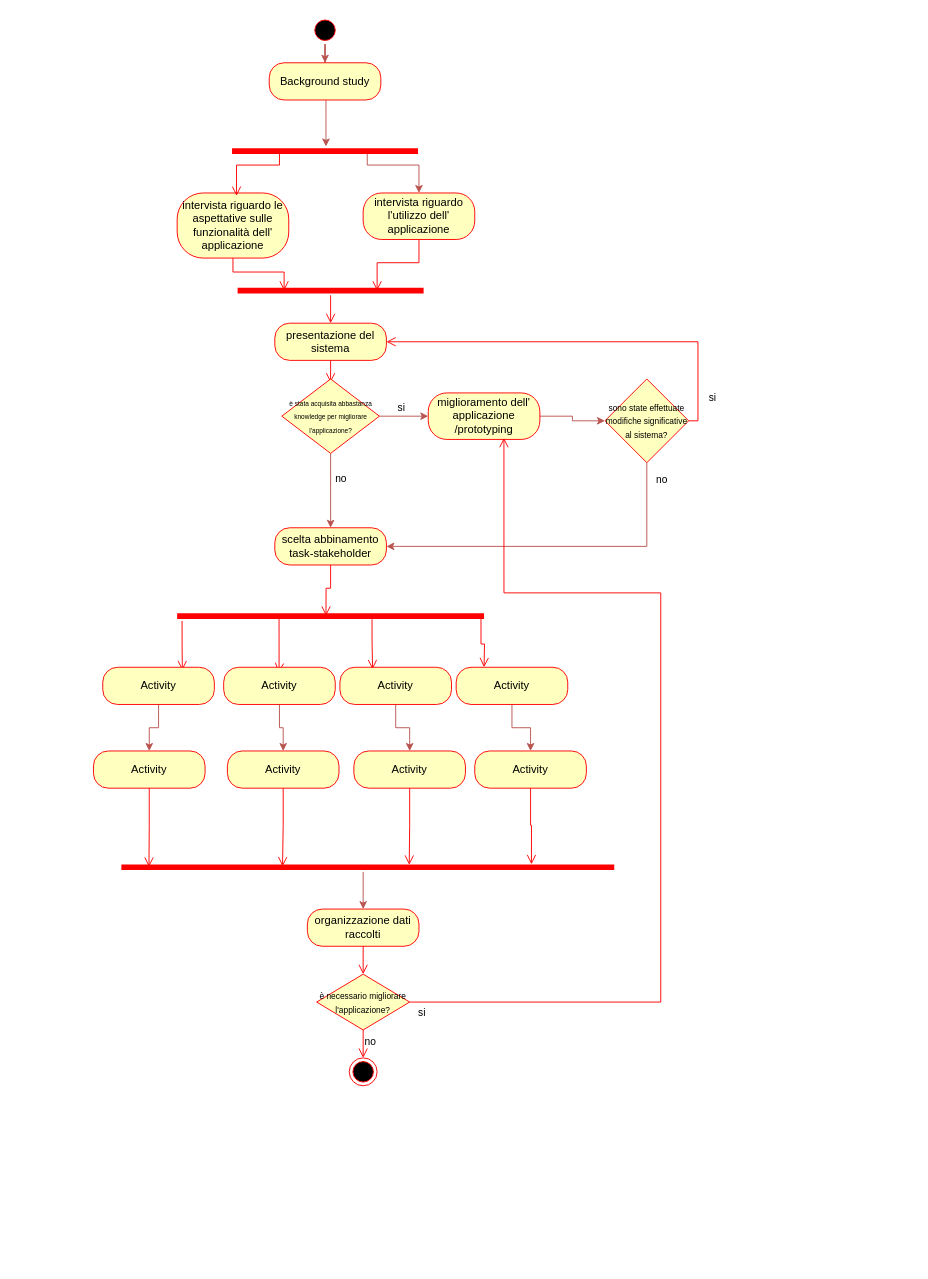
Earlier version of the draw.io diagram grafi/Diagramma senza titolo.drawio (Barbera9/mixed). Source tidied: cells renumbered, new cells numbered last; positions are measured from the earlier drawing's top-left corner, leaving out a move shared by most shapes. Both pictures are drawn from the tidied source at 93%, with x=0, y=0 at pixel (93, 16).
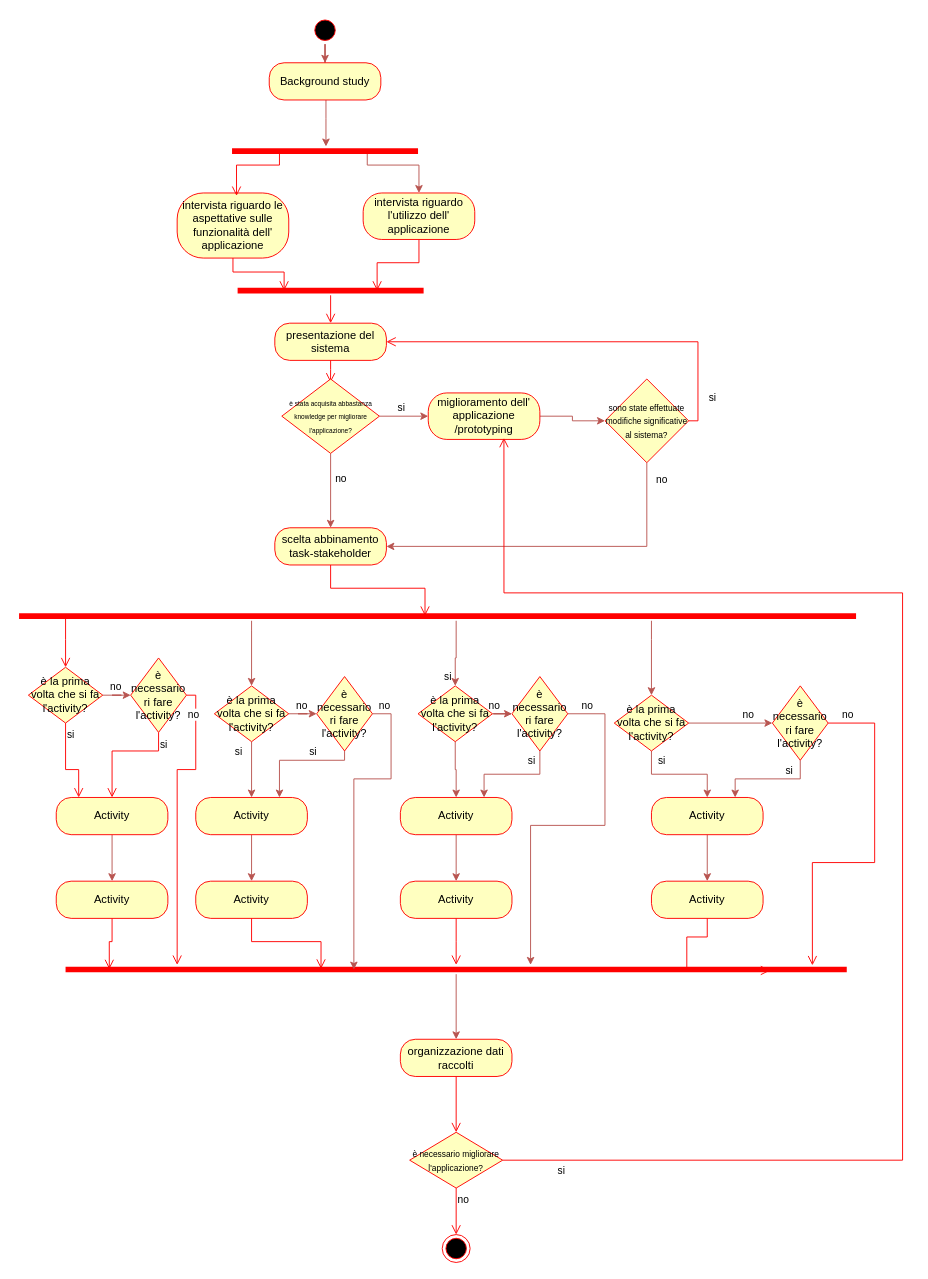
The same diagram, later.

Unchanged cells that the change refers to:
```xml
<mxCell id="23" value="miglioramento dell' applicazione /prototyping" style="rounded=1;whiteSpace=wrap;html=1;arcSize=40;fontColor=#000000;fillColor=#ffffc0;strokeColor=#ff0000;" parent="1" vertex="1">
  <mxGeometry x="360" y="405" width="120" height="50" as="geometry" />
</mxCell>
```

What changed in the source:
```diff
@@
+    <mxCell id="60" style="edgeStyle=orthogonalEdgeStyle;rounded=0;jettySize=auto;html=1;entryX=0.5;entryY=0;entryDx=0;entryDy=0;fillColor=#f8cecc;strokeColor=#b85450;" parent="1" edge="1" source="26" target="74">
+      <mxGeometry relative="1" as="geometry">
+        <Array as="points">
+          <mxPoint x="170" y="660" />
+          <mxPoint x="170" y="660" />
+        </Array>
+      </mxGeometry>
+    </mxCell>
+    <mxCell id="61" style="edgeStyle=orthogonalEdgeStyle;rounded=0;jettySize=auto;html=1;fillColor=#f8cecc;strokeColor=#b85450;entryX=0.5;entryY=0;entryDx=0;entryDy=0;" parent="1" edge="1" source="26" target="84">
+      <mxGeometry relative="1" as="geometry">
+        <Array as="points">
+          <mxPoint x="390" y="690" />
+          <mxPoint x="389" y="690" />
+        </Array>
+      </mxGeometry>
+    </mxCell>
+    <mxCell id="62" style="edgeStyle=orthogonalEdgeStyle;rounded=0;jettySize=auto;html=1;entryX=0.5;entryY=0;entryDx=0;entryDy=0;fillColor=#f8cecc;strokeColor=#b85450;" parent="1" edge="1" source="26" target="94">
+      <mxGeometry relative="1" as="geometry">
+        <Array as="points">
+          <mxPoint x="600" y="670" />
+          <mxPoint x="600" y="670" />
+        </Array>
+      </mxGeometry>
+    </mxCell>
     <mxCell id="26" style="shape=line;html=1;strokeWidth=6;strokeColor=#ff0000;" parent="1" vertex="1">
-      <mxGeometry x="90" y="640" width="330" height="10" as="geometry" />
+      <mxGeometry x="-80" y="640" width="900" height="10" as="geometry" />
     </mxCell>
-    <mxCell id="27" style="edgeStyle=orthogonalEdgeStyle;html=1;verticalAlign=bottom;endArrow=open;endSize=8;strokeColor=#ff0000;rounded=0;exitX=0.016;exitY=1.019;exitDx=0;exitDy=0;exitPerimeter=0;entryX=0.713;entryY=0.082;entryDx=0;entryDy=0;entryPerimeter=0;" parent="1" edge="1" source="26" target="31">
-      <mxGeometry relative="1" as="geometry" />
+    <mxCell id="27" style="edgeStyle=orthogonalEdgeStyle;html=1;verticalAlign=bottom;endArrow=open;endSize=8;strokeColor=#ff0000;rounded=0;entryX=0.5;entryY=0;entryDx=0;entryDy=0;exitX=0.079;exitY=0.4;exitDx=0;exitDy=0;exitPerimeter=0;" parent="1" edge="1" source="26" target="65">
+      <mxGeometry relative="1" as="geometry">
+        <Array as="points">
+          <mxPoint x="-30" y="670" />
+          <mxPoint x="-30" y="670" />
+        </Array>
+      </mxGeometry>
     </mxCell>
-    <mxCell id="28" style="edgeStyle=orthogonalEdgeStyle;html=1;verticalAlign=bottom;endArrow=open;endSize=8;strokeColor=#ff0000;rounded=0;exitX=0.332;exitY=0.448;exitDx=0;exitDy=0;exitPerimeter=0;entryX=0.492;entryY=0.139;entryDx=0;entryDy=0;entryPerimeter=0;" parent="1" edge="1" source="26" target="33">
-      <mxGeometry relative="1" as="geometry">
-        <Array as="points">
-          <mxPoint x="200" y="700" />
-          <mxPoint x="199" y="700" />
-        </Array>
-      </mxGeometry>
-    </mxCell>
-    <mxCell id="29" style="edgeStyle=orthogonalEdgeStyle;html=1;verticalAlign=bottom;endArrow=open;endSize=8;strokeColor=#ff0000;rounded=0;exitX=0.635;exitY=0.829;exitDx=0;exitDy=0;exitPerimeter=0;entryX=0.293;entryY=0.054;entryDx=0;entryDy=0;entryPerimeter=0;" parent="1" edge="1" source="26" target="35">
-      <mxGeometry relative="1" as="geometry">
-        <Array as="points">
-          <mxPoint x="300" y="675" />
-          <mxPoint x="300" y="675" />
-        </Array>
-      </mxGeometry>
-    </mxCell>
@@
     <mxCell id="31" value="Activity" style="rounded=1;whiteSpace=wrap;html=1;arcSize=40;fontColor=#000000;fillColor=#ffffc0;strokeColor=#ff0000;" parent="1" vertex="1">
-      <mxGeometry x="10" y="700" width="120" height="40" as="geometry" />
+      <mxGeometry x="-40" y="840" width="120" height="40" as="geometry" />
     </mxCell>
@@
     <mxCell id="33" value="Activity" style="rounded=1;whiteSpace=wrap;html=1;arcSize=40;fontColor=#000000;fillColor=#ffffc0;strokeColor=#ff0000;" parent="1" vertex="1">
-      <mxGeometry x="140" y="700" width="120" height="40" as="geometry" />
+      <mxGeometry x="110" y="840" width="120" height="40" as="geometry" />
     </mxCell>
@@
     <mxCell id="35" value="Activity" style="rounded=1;whiteSpace=wrap;html=1;arcSize=40;fontColor=#000000;fillColor=#ffffc0;strokeColor=#ff0000;" parent="1" vertex="1">
-      <mxGeometry x="265" y="700" width="120" height="40" as="geometry" />
+      <mxGeometry x="330" y="840" width="120" height="40" as="geometry" />
     </mxCell>
@@
     <mxCell id="37" value="Activity" style="rounded=1;whiteSpace=wrap;html=1;arcSize=40;fontColor=#000000;fillColor=#ffffc0;strokeColor=#ff0000;" parent="1" vertex="1">
-      <mxGeometry x="390" y="700" width="120" height="40" as="geometry" />
+      <mxGeometry x="600" y="840" width="120" height="40" as="geometry" />
     </mxCell>
-    <mxCell id="38" style="edgeStyle=orthogonalEdgeStyle;html=1;verticalAlign=bottom;endArrow=open;endSize=8;strokeColor=#ff0000;rounded=0;exitX=0.99;exitY=0.329;exitDx=0;exitDy=0;exitPerimeter=0;" parent="1" edge="1" source="26">
-      <mxGeometry relative="1" as="geometry">
-        <mxPoint x="420" y="700" as="targetPoint" />
-      </mxGeometry>
-    </mxCell>
@@
     <mxCell id="43" value="Activity" style="rounded=1;whiteSpace=wrap;html=1;arcSize=40;fontColor=#000000;fillColor=#ffffc0;strokeColor=#ff0000;" parent="1" vertex="1">
-      <mxGeometry y="790" width="120" height="40" as="geometry" />
+      <mxGeometry x="-40" y="930" width="120" height="40" as="geometry" />
     </mxCell>
@@
     <mxCell id="45" value="Activity" style="rounded=1;whiteSpace=wrap;html=1;arcSize=40;fontColor=#000000;fillColor=#ffffc0;strokeColor=#ff0000;" parent="1" vertex="1">
-      <mxGeometry x="144" y="790" width="120" height="40" as="geometry" />
+      <mxGeometry x="110" y="930" width="120" height="40" as="geometry" />
     </mxCell>
@@
     <mxCell id="47" value="Activity" style="rounded=1;whiteSpace=wrap;html=1;arcSize=40;fontColor=#000000;fillColor=#ffffc0;strokeColor=#ff0000;" parent="1" vertex="1">
-      <mxGeometry x="280" y="790" width="120" height="40" as="geometry" />
+      <mxGeometry x="330" y="930" width="120" height="40" as="geometry" />
     </mxCell>
-    <mxCell id="48" style="edgeStyle=orthogonalEdgeStyle;html=1;verticalAlign=bottom;endArrow=open;endSize=8;strokeColor=#ff0000;rounded=0;entryX=0.584;entryY=0.243;entryDx=0;entryDy=0;entryPerimeter=0;" parent="1" edge="1" source="47" target="52">
-      <mxGeometry relative="1" as="geometry" />
+    <mxCell id="48" style="edgeStyle=orthogonalEdgeStyle;html=1;verticalAlign=bottom;endArrow=open;endSize=8;strokeColor=#ff0000;rounded=0;" parent="1" edge="1" source="47">
+      <mxGeometry relative="1" as="geometry">
+        <mxPoint x="390" y="1020" as="targetPoint" />
+      </mxGeometry>
     </mxCell>
     <mxCell id="49" value="Activity" style="rounded=1;whiteSpace=wrap;html=1;arcSize=40;fontColor=#000000;fillColor=#ffffc0;strokeColor=#ff0000;" parent="1" vertex="1">
-      <mxGeometry x="410" y="790" width="120" height="40" as="geometry" />
+      <mxGeometry x="600" y="930" width="120" height="40" as="geometry" />
     </mxCell>
-    <mxCell id="50" style="edgeStyle=orthogonalEdgeStyle;html=1;verticalAlign=bottom;endArrow=open;endSize=8;strokeColor=#ff0000;rounded=0;entryX=0.832;entryY=0.186;entryDx=0;entryDy=0;entryPerimeter=0;" parent="1" edge="1" source="49" target="52">
-      <mxGeometry relative="1" as="geometry" />
+    <mxCell id="50" style="edgeStyle=orthogonalEdgeStyle;html=1;verticalAlign=bottom;endArrow=open;endSize=8;strokeColor=#ff0000;rounded=0;entryX=0.902;entryY=0.603;entryDx=0;entryDy=0;entryPerimeter=0;" parent="1" edge="1" source="49" target="52">
+      <mxGeometry relative="1" as="geometry">
+        <Array as="points">
+          <mxPoint x="660" y="990" />
+          <mxPoint x="638" y="990" />
+        </Array>
+      </mxGeometry>
     </mxCell>
     <mxCell id="51" style="edgeStyle=orthogonalEdgeStyle;rounded=0;jettySize=auto;html=1;fillColor=#f8cecc;strokeColor=#b85450;" parent="1" edge="1" source="52" target="53">
-      <mxGeometry relative="1" as="geometry">
-        <Array as="points">
-          <mxPoint x="290" y="930" />
-          <mxPoint x="290" y="930" />
-        </Array>
-      </mxGeometry>
+      <mxGeometry relative="1" as="geometry" />
     </mxCell>
     <mxCell id="52" style="shape=line;html=1;strokeWidth=6;strokeColor=#ff0000;" parent="1" vertex="1">
-      <mxGeometry x="30" y="910" width="530" height="10" as="geometry" />
+      <mxGeometry x="-30" y="1020" width="840" height="10" as="geometry" />
     </mxCell>
     <mxCell id="53" value="organizzazione dati raccolti" style="rounded=1;whiteSpace=wrap;html=1;arcSize=40;fontColor=#000000;fillColor=#ffffc0;strokeColor=#ff0000;" parent="1" vertex="1">
-      <mxGeometry x="230" y="960" width="120" height="40" as="geometry" />
+      <mxGeometry x="330" y="1100" width="120" height="40" as="geometry" />
     </mxCell>
@@
     <mxCell id="55" value="&lt;font style=&quot;font-size: 9px;&quot;&gt;è necessario migliorare l'applicazione?&lt;/font&gt;" style="rhombus;whiteSpace=wrap;html=1;fontColor=#000000;fillColor=#ffffc0;strokeColor=#ff0000;" parent="1" vertex="1">
-      <mxGeometry x="240" y="1030" width="100" height="60" as="geometry" />
+      <mxGeometry x="340" y="1200" width="100" height="60" as="geometry" />
     </mxCell>
@@
     <mxCell id="57" style="ellipse;html=1;shape=endState;fillColor=#000000;strokeColor=#ff0000;" parent="1" vertex="1">
-      <mxGeometry x="275" y="1120" width="30" height="30" as="geometry" />
+      <mxGeometry x="375" y="1310" width="30" height="30" as="geometry" />
     </mxCell>
     <mxCell id="58" style="edgeStyle=orthogonalEdgeStyle;html=1;verticalAlign=bottom;endArrow=open;endSize=8;strokeColor=#ff0000;rounded=0;entryX=0.678;entryY=0.967;entryDx=0;entryDy=0;entryPerimeter=0;exitX=1;exitY=0.5;exitDx=0;exitDy=0;" parent="1" edge="1" source="55" target="23">
       <mxGeometry relative="1" as="geometry">
         <Array as="points">
-          <mxPoint x="610" y="1060" />
-          <mxPoint x="610" y="620" />
+          <mxPoint x="870" y="1230" />
+          <mxPoint x="870" y="620" />
           <mxPoint x="441" y="620" />
         </Array>
       </mxGeometry>
     </mxCell>
@@
+    <mxCell id="63" style="edgeStyle=orthogonalEdgeStyle;rounded=0;jettySize=auto;html=1;fillColor=#f8cecc;strokeColor=#b85450;" parent="1" edge="1" source="65" target="67">
+      <mxGeometry relative="1" as="geometry" />
+    </mxCell>
+    <mxCell id="64" value="no" style="edgeLabel;html=1;align=center;verticalAlign=middle;" parent="63" vertex="1">
+      <mxGeometry x="0.54" y="-2" relative="1" as="geometry">
+        <mxPoint x="-6" y="-12" as="offset" />
+      </mxGeometry>
+    </mxCell>
+    <mxCell id="65" value="è la prima volta che si fa l'activity?" style="rhombus;whiteSpace=wrap;html=1;fontColor=#000000;fillColor=#ffffc0;strokeColor=#ff0000;" parent="1" vertex="1">
+      <mxGeometry x="-70" y="700" width="80" height="60" as="geometry" />
+    </mxCell>
+    <mxCell id="66" value="si" style="edgeStyle=orthogonalEdgeStyle;html=1;align=left;verticalAlign=top;endArrow=open;endSize=8;strokeColor=#ff0000;rounded=0;entryX=0.201;entryY=0;entryDx=0;entryDy=0;entryPerimeter=0;" parent="1" edge="1" source="65" target="31">
+      <mxGeometry x="-1" relative="1" as="geometry">
+        <Array as="points">
+          <mxPoint x="-30" y="810" />
+          <mxPoint x="-16" y="810" />
+        </Array>
+      </mxGeometry>
+    </mxCell>
+    <mxCell id="67" value="è necessario ri fare l'activity?" style="rhombus;whiteSpace=wrap;html=1;fontColor=#000000;fillColor=#ffffc0;strokeColor=#ff0000;" parent="1" vertex="1">
+      <mxGeometry x="40" y="690" width="60" height="80" as="geometry" />
+    </mxCell>
+    <mxCell id="68" value="no" style="edgeStyle=orthogonalEdgeStyle;html=1;align=left;verticalAlign=bottom;endArrow=open;endSize=8;strokeColor=#ff0000;rounded=0;" parent="1" edge="1">
+      <mxGeometry x="-0.75" y="-10" relative="1" as="geometry">
+        <mxPoint x="100" y="730" as="sourcePoint" />
+        <mxPoint x="90" y="1020" as="targetPoint" />
+        <Array as="points">
+          <mxPoint x="110" y="730" />
+          <mxPoint x="110" y="810" />
+          <mxPoint x="90" y="810" />
+          <mxPoint x="90" y="1020" />
+        </Array>
+      </mxGeometry>
+    </mxCell>
+    <mxCell id="69" value="&lt;div&gt;si&lt;/div&gt;" style="edgeStyle=orthogonalEdgeStyle;html=1;align=left;verticalAlign=top;endArrow=open;endSize=8;strokeColor=#ff0000;rounded=0;entryX=0.5;entryY=0;entryDx=0;entryDy=0;" parent="1" edge="1" source="67" target="31">
+      <mxGeometry x="-1" relative="1" as="geometry">
+        <Array as="points">
+          <mxPoint x="70" y="790" />
+          <mxPoint x="20" y="790" />
+        </Array>
+      </mxGeometry>
+    </mxCell>
+    <mxCell id="70" style="edgeStyle=orthogonalEdgeStyle;rounded=0;jettySize=auto;html=1;fillColor=#f8cecc;strokeColor=#b85450;" parent="1" edge="1" source="74" target="80">
+      <mxGeometry relative="1" as="geometry" />
+    </mxCell>
+    <mxCell id="71" value="no" style="edgeLabel;html=1;align=center;verticalAlign=middle;" parent="70" vertex="1">
+      <mxGeometry x="0.54" y="-2" relative="1" as="geometry">
+        <mxPoint x="-6" y="-12" as="offset" />
+      </mxGeometry>
+    </mxCell>
+    <mxCell id="72" style="edgeStyle=orthogonalEdgeStyle;rounded=0;jettySize=auto;html=1;fillColor=#f8cecc;strokeColor=#b85450;" parent="1" edge="1" source="74" target="33">
+      <mxGeometry relative="1" as="geometry" />
+    </mxCell>
+    <mxCell id="73" value="si" style="edgeLabel;html=1;align=center;verticalAlign=middle;" parent="72" vertex="1">
+      <mxGeometry x="-0.5" y="2" relative="1" as="geometry">
+        <mxPoint x="-17" y="-5" as="offset" />
+      </mxGeometry>
+    </mxCell>
+    <mxCell id="74" value="è la prima volta che si fa l'activity?" style="rhombus;whiteSpace=wrap;html=1;fontColor=#000000;fillColor=#ffffc0;strokeColor=#ff0000;" parent="1" vertex="1">
+      <mxGeometry x="130" y="720" width="80" height="60" as="geometry" />
+    </mxCell>
+    <mxCell id="75" style="edgeStyle=orthogonalEdgeStyle;rounded=0;jettySize=auto;html=1;entryX=0.75;entryY=0;entryDx=0;entryDy=0;fillColor=#f8cecc;strokeColor=#b85450;" parent="1" edge="1" source="80" target="33">
+      <mxGeometry relative="1" as="geometry">
+        <Array as="points">
+          <mxPoint x="270" y="800" />
+          <mxPoint x="200" y="800" />
+        </Array>
+      </mxGeometry>
+    </mxCell>
+    <mxCell id="76" value="si" style="edgeLabel;html=1;align=center;verticalAlign=middle;" parent="75" vertex="1">
+      <mxGeometry x="-0.62" y="-4" relative="1" as="geometry">
+        <mxPoint x="-22" y="-6" as="offset" />
+      </mxGeometry>
+    </mxCell>
+    <mxCell id="77" style="edgeStyle=orthogonalEdgeStyle;rounded=0;jettySize=auto;html=1;fillColor=#f8cecc;strokeColor=#b85450;exitX=1;exitY=0.5;exitDx=0;exitDy=0;" parent="1" edge="1" source="80">
+      <mxGeometry relative="1" as="geometry">
+        <mxPoint x="280" y="1025" as="targetPoint" />
+        <Array as="points">
+          <mxPoint x="320" y="750" />
+          <mxPoint x="320" y="820" />
+          <mxPoint x="280" y="820" />
+        </Array>
+      </mxGeometry>
+    </mxCell>
+    <mxCell id="78" value="si" style="edgeLabel;html=1;align=center;verticalAlign=middle;" parent="77" vertex="1">
+      <mxGeometry x="0.25" relative="1" as="geometry">
+        <mxPoint x="100" y="-190" as="offset" />
+      </mxGeometry>
+    </mxCell>
+    <mxCell id="79" value="no" style="edgeLabel;html=1;align=center;verticalAlign=middle;" parent="77" vertex="1">
+      <mxGeometry x="-0.93" y="2" relative="1" as="geometry">
+        <mxPoint y="-8" as="offset" />
+      </mxGeometry>
+    </mxCell>
+    <mxCell id="80" value="è necessario ri fare l'activity?" style="rhombus;whiteSpace=wrap;html=1;fontColor=#000000;fillColor=#ffffc0;strokeColor=#ff0000;" parent="1" vertex="1">
+      <mxGeometry x="240" y="710" width="60" height="80" as="geometry" />
+    </mxCell>
+    <mxCell id="81" style="edgeStyle=orthogonalEdgeStyle;rounded=0;jettySize=auto;html=1;fillColor=#f8cecc;strokeColor=#b85450;" parent="1" edge="1" source="84" target="89">
+      <mxGeometry relative="1" as="geometry" />
+    </mxCell>
+    <mxCell id="82" value="no" style="edgeLabel;html=1;align=center;verticalAlign=middle;" parent="81" vertex="1">
+      <mxGeometry x="0.54" y="-2" relative="1" as="geometry">
+        <mxPoint x="-6" y="-12" as="offset" />
+      </mxGeometry>
+    </mxCell>
+    <mxCell id="83" style="edgeStyle=orthogonalEdgeStyle;rounded=0;jettySize=auto;html=1;fillColor=#f8cecc;strokeColor=#b85450;" parent="1" edge="1" source="84" target="35">
+      <mxGeometry relative="1" as="geometry" />
+    </mxCell>
+    <mxCell id="84" value="è la prima volta che si fa l'activity?" style="rhombus;whiteSpace=wrap;html=1;fontColor=#000000;fillColor=#ffffc0;strokeColor=#ff0000;" parent="1" vertex="1">
+      <mxGeometry x="349" y="720" width="80" height="60" as="geometry" />
+    </mxCell>
+    <mxCell id="85" style="edgeStyle=orthogonalEdgeStyle;rounded=0;jettySize=auto;html=1;entryX=0.75;entryY=0;entryDx=0;entryDy=0;fillColor=#f8cecc;strokeColor=#b85450;" parent="1" edge="1" source="89" target="35">
+      <mxGeometry relative="1" as="geometry">
+        <Array as="points">
+          <mxPoint x="480" y="815" />
+          <mxPoint x="420" y="815" />
+        </Array>
+      </mxGeometry>
+    </mxCell>
+    <mxCell id="86" value="si" style="edgeLabel;html=1;align=center;verticalAlign=middle;" parent="85" vertex="1">
+      <mxGeometry x="0.09" y="-4" relative="1" as="geometry">
+        <mxPoint x="25" y="-11" as="offset" />
+      </mxGeometry>
+    </mxCell>
+    <mxCell id="87" style="edgeStyle=orthogonalEdgeStyle;rounded=0;jettySize=auto;html=1;fillColor=#f8cecc;strokeColor=#b85450;" parent="1" edge="1" source="89">
+      <mxGeometry relative="1" as="geometry">
+        <mxPoint x="470" y="1020" as="targetPoint" />
+        <Array as="points">
+          <mxPoint x="550" y="750" />
+          <mxPoint x="550" y="870" />
+          <mxPoint x="470" y="870" />
+        </Array>
+      </mxGeometry>
+    </mxCell>
+    <mxCell id="88" value="no" style="edgeLabel;html=1;align=center;verticalAlign=middle;" parent="87" vertex="1">
+      <mxGeometry x="-0.95" y="2" relative="1" as="geometry">
+        <mxPoint x="10" y="-8" as="offset" />
+      </mxGeometry>
+    </mxCell>
+    <mxCell id="89" value="è necessario ri fare l'activity?" style="rhombus;whiteSpace=wrap;html=1;fontColor=#000000;fillColor=#ffffc0;strokeColor=#ff0000;" parent="1" vertex="1">
+      <mxGeometry x="450" y="710" width="60" height="80" as="geometry" />
+    </mxCell>
+    <mxCell id="90" style="edgeStyle=orthogonalEdgeStyle;rounded=0;jettySize=auto;html=1;fillColor=#f8cecc;strokeColor=#b85450;" parent="1" edge="1" source="94" target="97">
+      <mxGeometry relative="1" as="geometry" />
+    </mxCell>
+    <mxCell id="91" value="no" style="edgeLabel;html=1;align=center;verticalAlign=middle;" parent="90" vertex="1">
+      <mxGeometry x="0.54" y="-2" relative="1" as="geometry">
+        <mxPoint x="-6" y="-12" as="offset" />
+      </mxGeometry>
+    </mxCell>
+    <mxCell id="92" style="edgeStyle=orthogonalEdgeStyle;rounded=0;jettySize=auto;html=1;fillColor=#f8cecc;strokeColor=#b85450;" parent="1" edge="1" source="94" target="37">
+      <mxGeometry relative="1" as="geometry" />
+    </mxCell>
+    <mxCell id="93" value="si" style="edgeLabel;html=1;align=center;verticalAlign=middle;" parent="92" vertex="1">
+      <mxGeometry x="-0.16" y="1" relative="1" as="geometry">
+        <mxPoint x="-11" y="-14" as="offset" />
+      </mxGeometry>
+    </mxCell>
+    <mxCell id="94" value="è la prima volta che si fa l'activity?" style="rhombus;whiteSpace=wrap;html=1;fontColor=#000000;fillColor=#ffffc0;strokeColor=#ff0000;" parent="1" vertex="1">
+      <mxGeometry x="560" y="730" width="80" height="60" as="geometry" />
+    </mxCell>
+    <mxCell id="95" style="edgeStyle=orthogonalEdgeStyle;rounded=0;jettySize=auto;html=1;fillColor=#f8cecc;strokeColor=#b85450;" parent="1" edge="1" source="97" target="37">
+      <mxGeometry relative="1" as="geometry">
+        <Array as="points">
+          <mxPoint x="760" y="820" />
+          <mxPoint x="690" y="820" />
+        </Array>
+      </mxGeometry>
+    </mxCell>
+    <mxCell id="96" value="&lt;div&gt;si&lt;/div&gt;" style="edgeLabel;html=1;align=center;verticalAlign=middle;" parent="95" vertex="1">
+      <mxGeometry x="-0.4" y="-4" relative="1" as="geometry">
+        <mxPoint y="-6" as="offset" />
+      </mxGeometry>
+    </mxCell>
+    <mxCell id="97" value="è necessario ri fare l'activity?" style="rhombus;whiteSpace=wrap;html=1;fontColor=#000000;fillColor=#ffffc0;strokeColor=#ff0000;" parent="1" vertex="1">
+      <mxGeometry x="730" y="720" width="60" height="80" as="geometry" />
+    </mxCell>
+    <mxCell id="98" style="edgeStyle=orthogonalEdgeStyle;html=1;verticalAlign=bottom;endArrow=open;endSize=8;strokeColor=#ff0000;rounded=0;exitX=1;exitY=0.5;exitDx=0;exitDy=0;entryX=0.956;entryY=0.052;entryDx=0;entryDy=0;entryPerimeter=0;" parent="1" edge="1" source="97" target="52">
+      <mxGeometry relative="1" as="geometry">
+        <Array as="points">
+          <mxPoint x="840" y="760" />
+          <mxPoint x="840" y="910" />
+          <mxPoint x="773" y="910" />
+        </Array>
+      </mxGeometry>
+    </mxCell>
+    <mxCell id="99" value="&lt;div&gt;no&lt;/div&gt;" style="edgeLabel;html=1;align=center;verticalAlign=middle;" parent="98" vertex="1">
+      <mxGeometry x="-0.91" y="1" relative="1" as="geometry">
+        <mxPoint x="3" y="-9" as="offset" />
+      </mxGeometry>
+    </mxCell>
```
